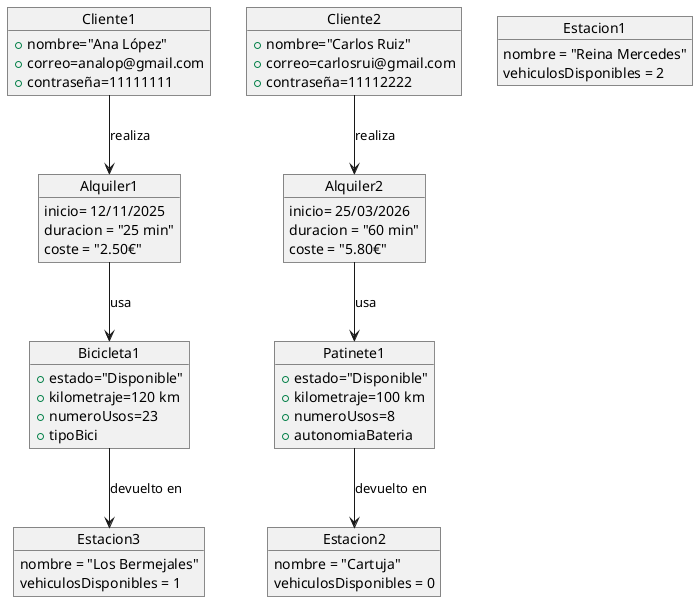
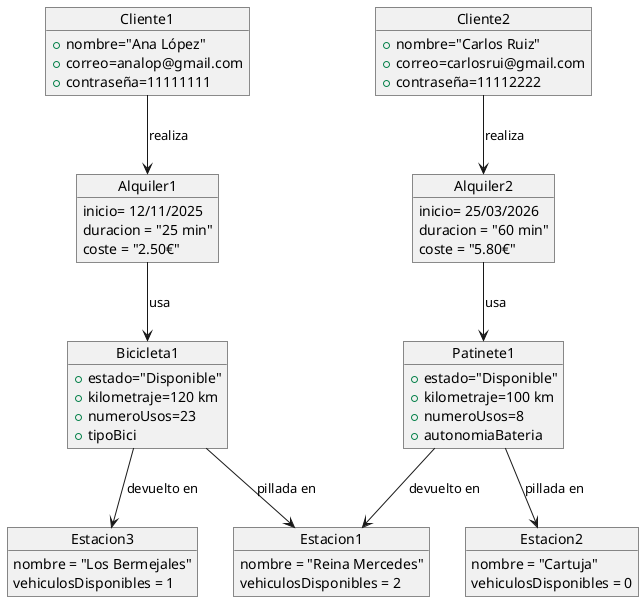
@startuml
object Cliente1 {
  +nombre="Ana López"
  +correo=analop@gmail.com
  +contraseña=11111111

}
object Cliente2 {
  +nombre="Carlos Ruiz"
  +correo=carlosrui@gmail.com
  +contraseña=11112222
}
object Bicicleta1 {
  +estado="Disponible"
  +kilometraje=120 km
  +numeroUsos=23
  +tipoBici
}
object Patinete1 {
    +estado="Disponible"
  +kilometraje=100 km
  +numeroUsos=8
  +autonomiaBateria
}
object Estacion1 {
  nombre = "Reina Mercedes"
  vehiculosDisponibles = 2
}
object Estacion2 {
  nombre = "Cartuja"
  vehiculosDisponibles = 0
}
object Estacion3 {
  nombre = "Los Bermejales"
  vehiculosDisponibles = 1
}
object Alquiler1 {
  inicio= 12/11/2025
  duracion = "25 min"
  coste = "2.50€"
}
object Alquiler2 {
  inicio= 25/03/2026
  duracion = "60 min"
  coste = "5.80€"
}
Cliente1 --> Alquiler1 : realiza
Cliente2 --> Alquiler2 : realiza
Alquiler1 --> Bicicleta1 : usa
Alquiler2 --> Patinete1 : usa
+ Bicicleta1 --> Estacion1: pillada en
+ Patinete1 --> Estacion2 : pillada en
Bicicleta1 --> Estacion3 : devuelto en
- Patinete1 --> Estacion2 : devuelto en
+ Patinete1 --> Estacion1 : devuelto en
@enduml
